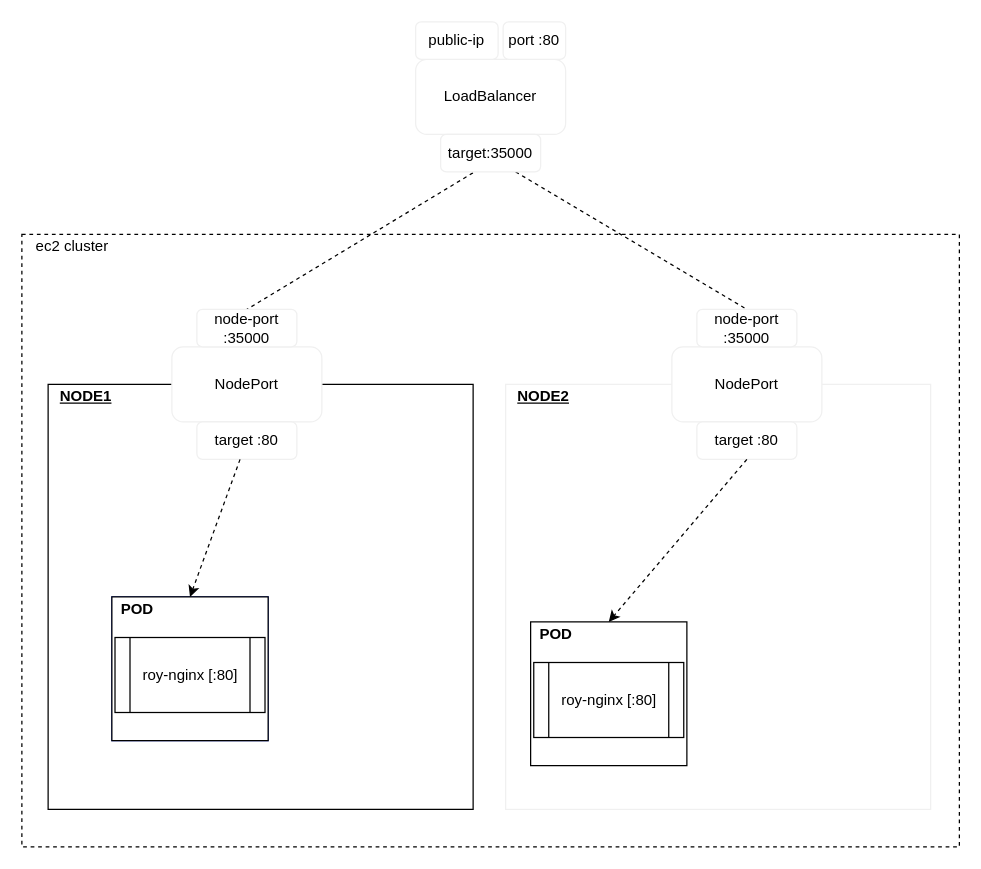
Above: services/load-balancer.drawio in roylee0704/hello-k8 (draw.io), before the change. Source tidied: cells renumbered, new cells numbered last; positions are measured from the earlier drawing's top-left corner, leaving out a move shared by most shapes. Both pictures are drawn from the tidied source at 125%, with x=0, y=0 at pixel (21, 21).
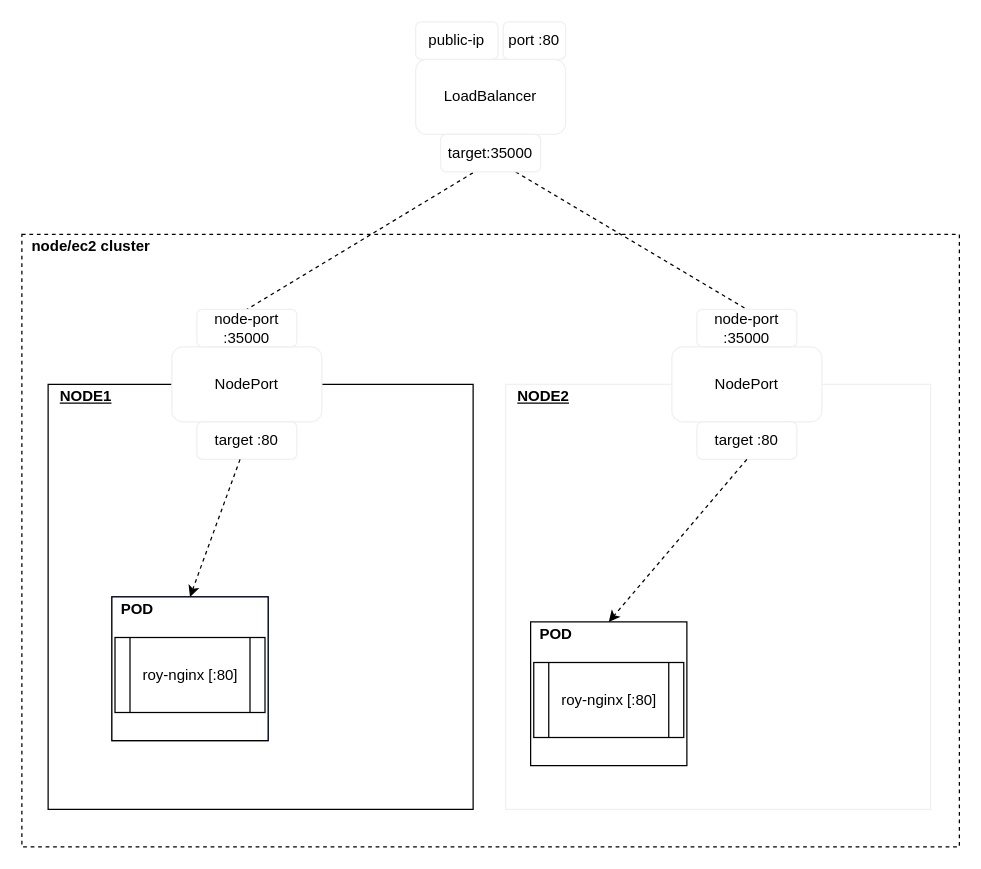
After the change.

The edit, as a diff of the source:
```diff
@@
-    <mxCell id="27" value="ec2 cluster" style="text;html=1;align=center;verticalAlign=middle;" parent="1" vertex="1">
-      <mxGeometry x="5" y="170" width="70" height="20" as="geometry" />
+    <mxCell id="27" value="&lt;b&gt;node/ec2 cluster&lt;/b&gt;" style="text;html=1;align=center;verticalAlign=middle;" parent="1" vertex="1">
+      <mxGeometry y="170" width="110" height="20" as="geometry" />
     </mxCell>
```
